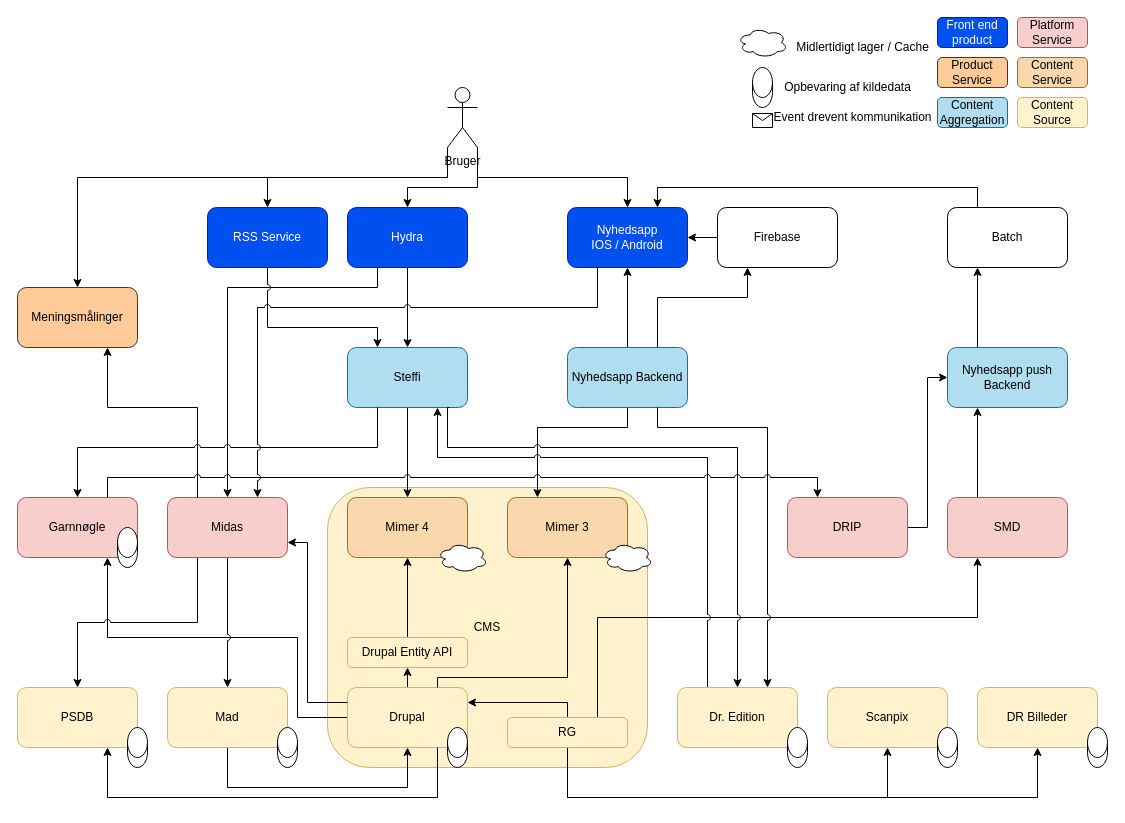
Earlier version of the draw.io diagram page "As Is udgivelseskæden" (4 of 5) of draw-io/målarkitektur.drawio (drdkjtop/arkitektur). Source tidied: cells renumbered, new cells numbered last; positions are measured from the earlier drawing's top-left corner, leaving out a move shared by most shapes. Both pictures are drawn from the tidied source at 100%, with x=0, y=0 at pixel (17, 17).
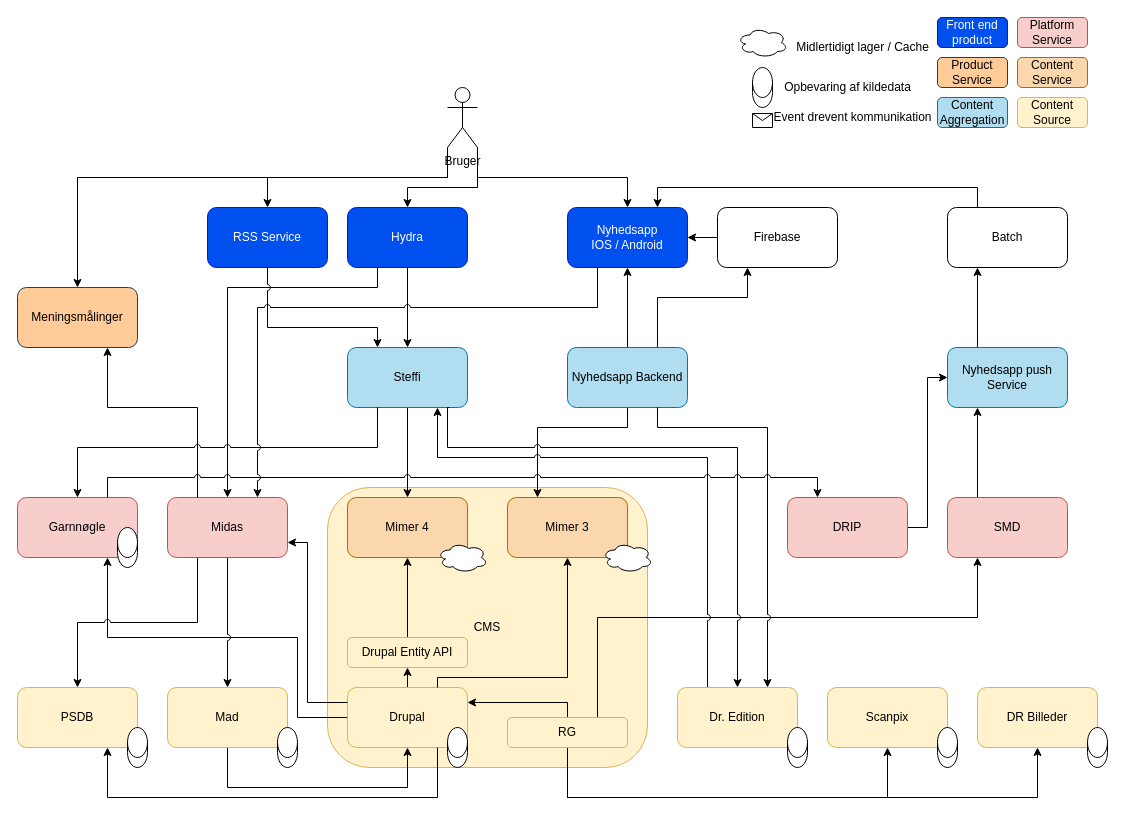
The same diagram, later.

Diff of the diagram source:
```diff
@@
-    <mxCell id="62" value="Nyhedsapp push Backend&lt;br&gt;" style="rounded=1;whiteSpace=wrap;html=1;fillColor=#b1ddf0;strokeColor=#10739e;" parent="1" vertex="1">
+    <mxCell id="62" value="Nyhedsapp push Service" style="rounded=1;whiteSpace=wrap;html=1;fillColor=#b1ddf0;strokeColor=#10739e;" parent="1" vertex="1">
       <mxGeometry x="930" y="330" width="120" height="60" as="geometry" />
     </mxCell>
```
